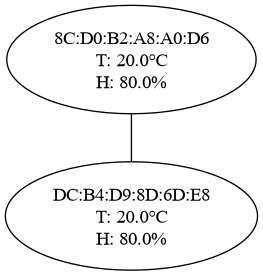
Above: static/topology.png in s-blanco-dev/esp_mesh_topology (Graphviz), before the change. Its source is kept beside it as static/topology.dot. The source it was exported from:
```dot
strict graph {


	"8C:D0:B2:A8:A0:D6" [ label="8C:D0:B2:A8:A0:D6
T: 20.0°C
H: 80.0%",  weight=0 ];

	"8C:D0:B2:A8:A0:D6" -- "DC:B4:D9:8D:6D:E8" [  weight=0 ];

	"DC:B4:D9:8D:6D:E8" [ label="DC:B4:D9:8D:6D:E8
T: 20.0°C
H: 80.0%",  weight=0 ];

	"DC:B4:D9:8D:6D:E8" -- "8C:D0:B2:A8:A0:D6" [  weight=0 ];

}
```
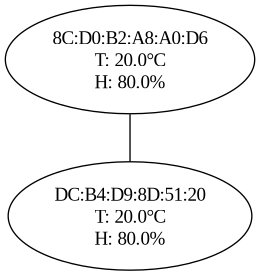
Later version of the same file.

What changed in the source:
```diff
@@ -5,12 +5,12 @@
 T: 20.0°C
 H: 80.0%",  weight=0 ];
 
-	"8C:D0:B2:A8:A0:D6" -- "DC:B4:D9:8D:6D:E8" [  weight=0 ];
+	"8C:D0:B2:A8:A0:D6" -- "DC:B4:D9:8D:51:20" [  weight=0 ];
 
-	"DC:B4:D9:8D:6D:E8" [ label="DC:B4:D9:8D:6D:E8
+	"DC:B4:D9:8D:51:20" [ label="DC:B4:D9:8D:51:20
 T: 20.0°C
 H: 80.0%",  weight=0 ];
 
-	"DC:B4:D9:8D:6D:E8" -- "8C:D0:B2:A8:A0:D6" [  weight=0 ];
+	"DC:B4:D9:8D:51:20" -- "8C:D0:B2:A8:A0:D6" [  weight=0 ];
 
 }
```
